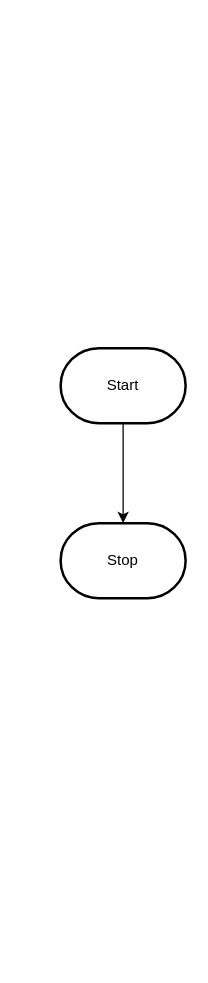
Above: design/flowchart.drawio in MTHS-ICS2O-2-2022/ICS2O-Unit-6-03-lamees-hemdan (draw.io), before the change. Source tidied: cells renumbered, new cells numbered last; positions are measured from the earlier drawing's top-left corner, leaving out a move shared by most shapes. Both pictures are drawn from the tidied source at 125%, with x=0, y=0 at pixel (60, 348).
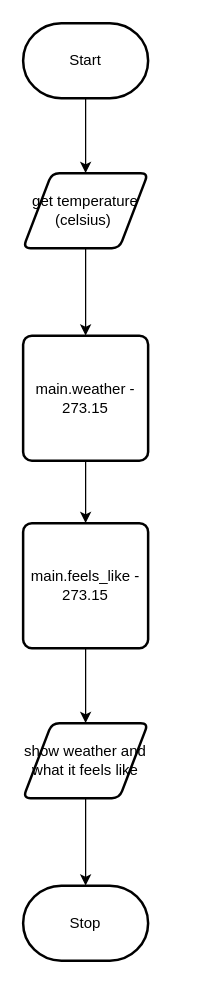
After the change.

Commit message (it also covers changes not shown here):
flowchart and storyboard

Change to the diagram source:
```diff
@@
 <mxGraphModel>
   <root>
     <mxCell id="0" />
     <mxCell id="1" parent="0" />
-    <mxCell id="2" style="edgeStyle=orthogonalEdgeStyle;html=1;rounded=0;" parent="1" edge="1" source="3" target="4">
-      <mxGeometry relative="1" as="geometry" />
-    </mxCell>
+    <mxCell id="5" style="edgeStyle=orthogonalEdgeStyle;html=1;exitX=0.5;exitY=1;exitDx=0;exitDy=0;exitPerimeter=0;entryX=0.5;entryY=0;entryDx=0;entryDy=0;" parent="1" edge="1" source="3" target="7">
+      <mxGeometry relative="1" as="geometry" />
+    </mxCell>
     <mxCell id="3" value="Start" style="strokeWidth=2;html=1;shape=mxgraph.flowchart.terminator;whiteSpace=wrap;" parent="1" vertex="1">
-      <mxGeometry width="100" height="60" as="geometry" />
+      <mxGeometry x="-30" y="-260" width="100" height="60" as="geometry" />
     </mxCell>
     <mxCell id="4" value="Stop" style="strokeWidth=2;html=1;shape=mxgraph.flowchart.terminator;whiteSpace=wrap;" parent="1" vertex="1">
-      <mxGeometry y="140" width="100" height="60" as="geometry" />
+      <mxGeometry x="-30" y="430" width="100" height="60" as="geometry" />
     </mxCell>
+    <mxCell id="6" style="edgeStyle=none;html=1;exitX=0.5;exitY=1;exitDx=0;exitDy=0;entryX=0.5;entryY=0;entryDx=0;entryDy=0;" parent="1" edge="1" source="7" target="9">
+      <mxGeometry relative="1" as="geometry" />
+    </mxCell>
+    <mxCell id="7" value="get temperature (celsius)&amp;nbsp;" style="shape=parallelogram;html=1;strokeWidth=2;perimeter=parallelogramPerimeter;whiteSpace=wrap;rounded=1;arcSize=12;size=0.23;" parent="1" vertex="1">
+      <mxGeometry x="-30" y="-140" width="100" height="60" as="geometry" />
+    </mxCell>
+    <mxCell id="8" style="edgeStyle=none;html=1;exitX=0.5;exitY=1;exitDx=0;exitDy=0;entryX=0.5;entryY=0;entryDx=0;entryDy=0;" parent="1" edge="1" source="9" target="11">
+      <mxGeometry relative="1" as="geometry" />
+    </mxCell>
+    <mxCell id="9" value="main.weather - 273.15" style="rounded=1;whiteSpace=wrap;html=1;absoluteArcSize=1;arcSize=14;strokeWidth=2;" parent="1" vertex="1">
+      <mxGeometry x="-30" y="-10" width="100" height="100" as="geometry" />
+    </mxCell>
+    <mxCell id="10" style="edgeStyle=none;html=1;exitX=0.5;exitY=1;exitDx=0;exitDy=0;entryX=0.5;entryY=0;entryDx=0;entryDy=0;" parent="1" edge="1" source="11" target="13">
+      <mxGeometry relative="1" as="geometry" />
+    </mxCell>
+    <mxCell id="11" value="main.feels_like - 273.15" style="rounded=1;whiteSpace=wrap;html=1;absoluteArcSize=1;arcSize=14;strokeWidth=2;" parent="1" vertex="1">
+      <mxGeometry x="-30" y="140" width="100" height="100" as="geometry" />
+    </mxCell>
+    <mxCell id="12" style="edgeStyle=none;html=1;exitX=0.5;exitY=1;exitDx=0;exitDy=0;entryX=0.5;entryY=0;entryDx=0;entryDy=0;entryPerimeter=0;" parent="1" edge="1" source="13" target="4">
+      <mxGeometry relative="1" as="geometry" />
+    </mxCell>
+    <mxCell id="13" value="show weather and what it feels like" style="shape=parallelogram;html=1;strokeWidth=2;perimeter=parallelogramPerimeter;whiteSpace=wrap;rounded=1;arcSize=12;size=0.23;" parent="1" vertex="1">
+      <mxGeometry x="-30" y="300" width="100" height="60" as="geometry" />
+    </mxCell>
   </root>
 </mxGraphModel>
```
